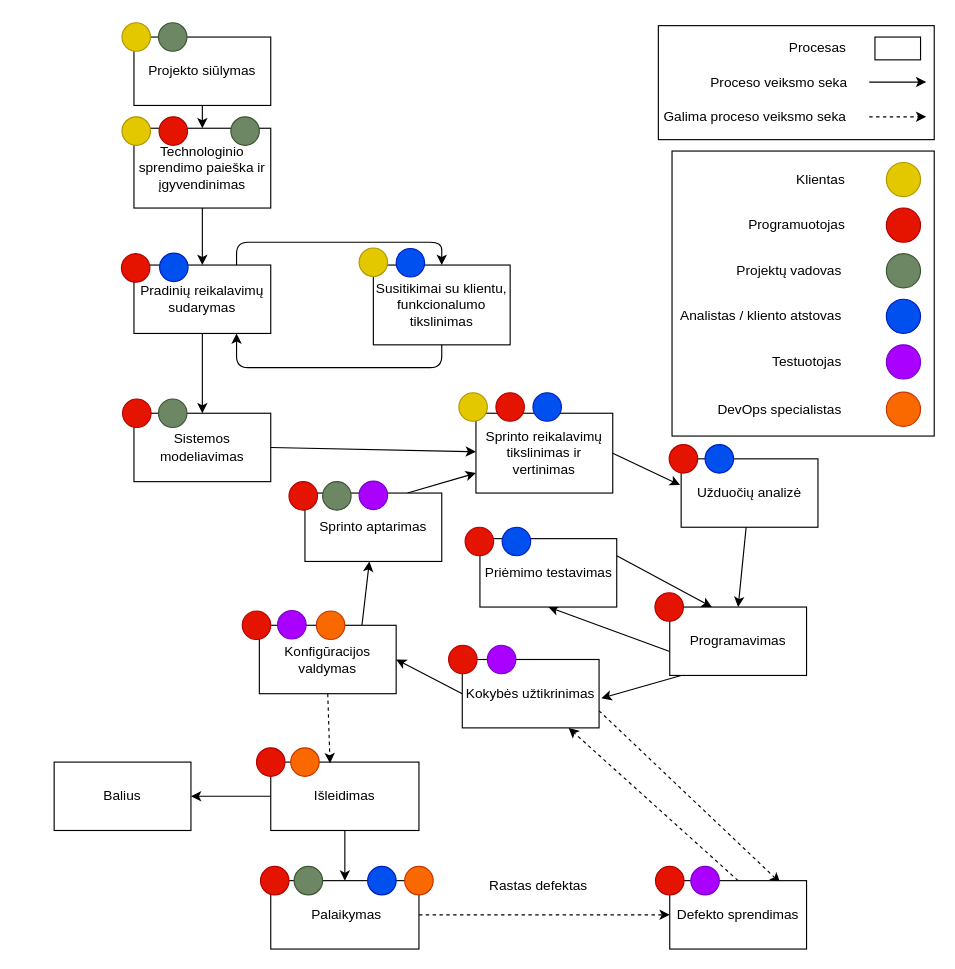
Earlier version of the draw.io diagram lab3/SoftwareProcessMoonTechnologies.drawio (DziugasMazulis/PKP). Source tidied: cells renumbered, new cells numbered last; positions are measured from the earlier drawing's top-left corner, leaving out a move shared by most shapes. Both pictures are drawn from the tidied source at 114%, with x=0, y=0 at pixel (54, 19).
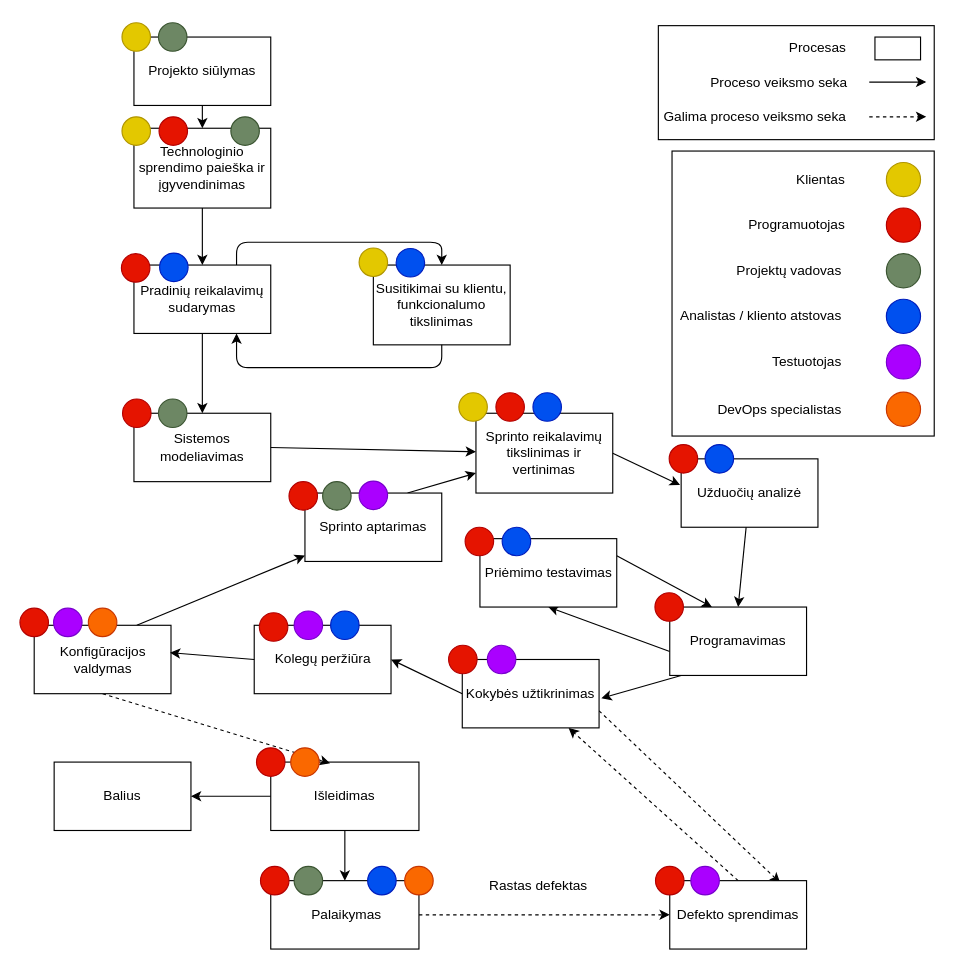
The same diagram, later.

Unchanged cells that the change refers to:
```xml
<mxCell id="18" value="Kokybės užtikrinimas" style="rounded=0;whiteSpace=wrap;html=1;" parent="1" vertex="1">
  <mxGeometry x="358" y="561" width="120" height="60" as="geometry" />
</mxCell>
```

The edit, as a diff of the source:
```diff
@@
-    <mxCell id="16" style="rounded=0;jettySize=auto;html=1;exitX=0;exitY=0.5;exitDx=0;exitDy=0;entryX=1;entryY=0.5;entryDx=0;entryDy=0;" parent="1" edge="1" source="18" target="33">
-      <mxGeometry relative="1" as="geometry" />
-    </mxCell>
@@
     <mxCell id="33" value="Konfigūracijos valdymas" style="rounded=0;whiteSpace=wrap;html=1;" parent="1" vertex="1">
-      <mxGeometry x="180" y="531" width="120" height="60" as="geometry" />
+      <mxGeometry x="-17.5" y="531" width="120" height="60" as="geometry" />
     </mxCell>
@@
     <mxCell id="62" style="ellipse;whiteSpace=wrap;html=1;align=right;fontColor=#ffffff;fillColor=#aa00ff;strokeColor=#7700CC;" parent="1" vertex="1">
-      <mxGeometry x="196" y="518" width="25" height="25" as="geometry" />
+      <mxGeometry x="-0.5" y="516" width="25" height="25" as="geometry" />
     </mxCell>
     <mxCell id="63" style="ellipse;whiteSpace=wrap;html=1;align=right;fontColor=#ffffff;fillColor=#e51400;strokeColor=#B20000;" parent="1" vertex="1">
-      <mxGeometry x="165" y="518.5" width="25" height="25" as="geometry" />
+      <mxGeometry x="-30" y="516" width="25" height="25" as="geometry" />
     </mxCell>
@@
     <mxCell id="66" style="ellipse;whiteSpace=wrap;html=1;align=right;fontColor=#ffffff;fillColor=#fa6800;strokeColor=#C73500;" parent="1" vertex="1">
-      <mxGeometry x="230" y="518.5" width="25" height="25" as="geometry" />
+      <mxGeometry x="30" y="516" width="25" height="25" as="geometry" />
     </mxCell>
@@
+    <mxCell id="109" value="Kolegų peržiūra" style="rounded=0;whiteSpace=wrap;html=1;" parent="1" vertex="1">
+      <mxGeometry x="175.5" y="531" width="120" height="60" as="geometry" />
+    </mxCell>
+    <mxCell id="110" style="ellipse;whiteSpace=wrap;html=1;align=right;fontColor=#ffffff;fillColor=#e51400;strokeColor=#B20000;" parent="1" vertex="1">
+      <mxGeometry x="180" y="520" width="25" height="25" as="geometry" />
+    </mxCell>
+    <mxCell id="111" style="ellipse;whiteSpace=wrap;html=1;align=right;fontColor=#ffffff;fillColor=#aa00ff;strokeColor=#7700CC;" parent="1" vertex="1">
+      <mxGeometry x="210.5" y="518.5" width="25" height="25" as="geometry" />
+    </mxCell>
+    <mxCell id="112" style="ellipse;whiteSpace=wrap;html=1;align=right;fontColor=#ffffff;fillColor=#0050ef;strokeColor=#001DBC;" parent="1" vertex="1">
+      <mxGeometry x="242.5" y="518.5" width="25" height="25" as="geometry" />
+    </mxCell>
+    <mxCell id="113" style="rounded=0;jettySize=auto;html=1;exitX=0;exitY=0.5;exitDx=0;exitDy=0;entryX=0.993;entryY=0.4;entryDx=0;entryDy=0;entryPerimeter=0;" parent="1" edge="1" source="109" target="33">
+      <mxGeometry relative="1" as="geometry" />
+    </mxCell>
+    <mxCell id="114" style="rounded=0;jettySize=auto;html=1;exitX=0;exitY=0.5;exitDx=0;exitDy=0;entryX=1;entryY=0.5;entryDx=0;entryDy=0;" parent="1" edge="1" source="18" target="109">
+      <mxGeometry relative="1" as="geometry" />
+    </mxCell>
```
